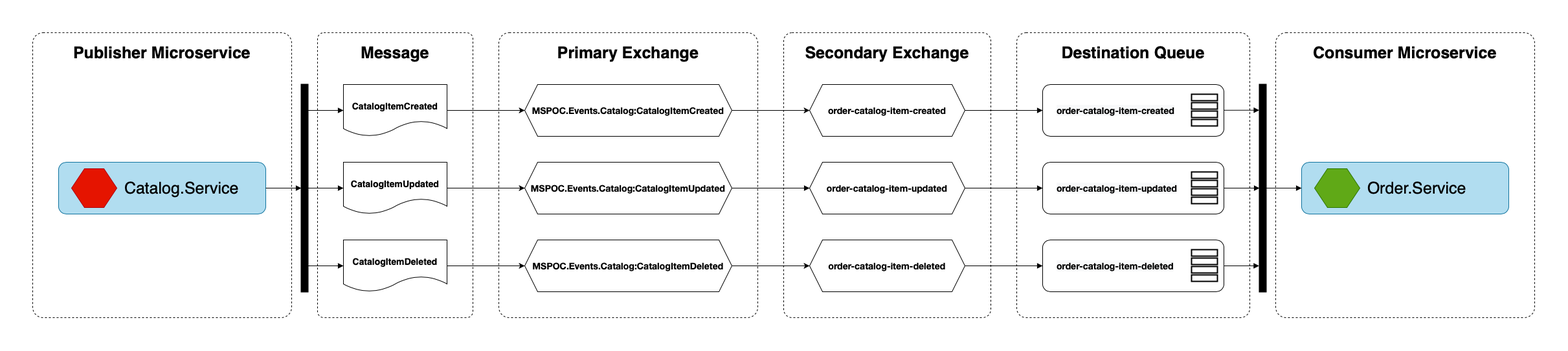
geovanegodoi/MicroServicesPOC keeps this draw.io diagram as images/catalog-events-diagram.png. Above is the earlier version. Source tidied: cells renumbered, new cells last; positions are measured from the earlier drawing's top-left corner, leaving out a move shared by most shapes.
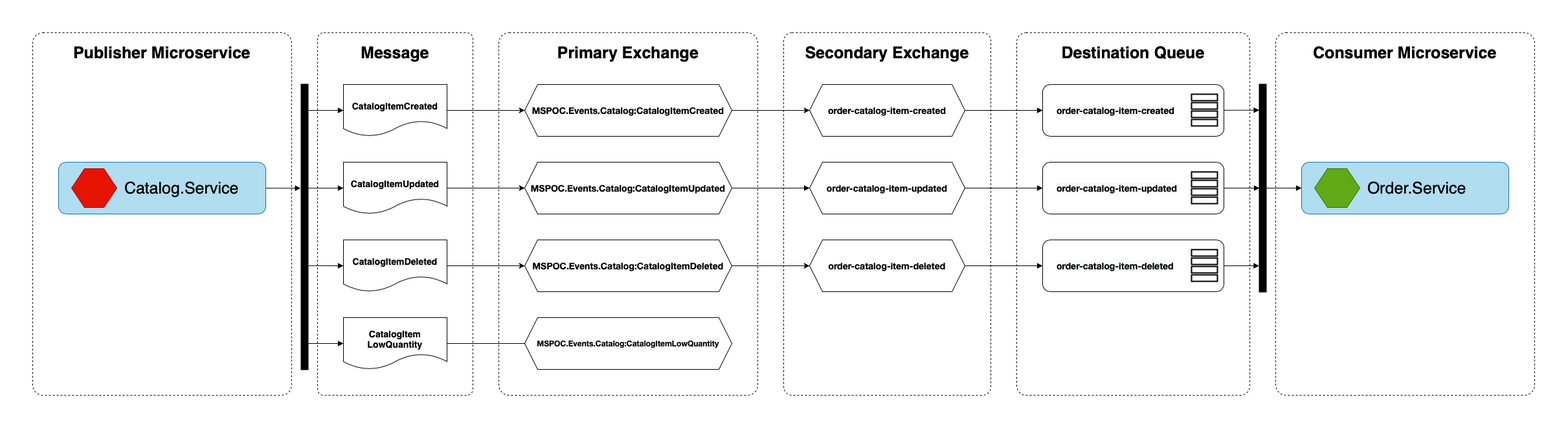
After the change.

Diff of the diagram source:
```diff
@@ -3,22 +3,22 @@
     <mxCell id="0" />
     <mxCell id="1" parent="0" />
     <mxCell id="2" value="Publisher Microservice" style="rounded=1;whiteSpace=wrap;html=1;fontSize=25;strokeWidth=1;dashed=1;verticalAlign=top;spacingTop=10;arcSize=4;fillColor=none;fontStyle=1;" parent="1" vertex="1">
-      <mxGeometry width="400" height="440" as="geometry" />
+      <mxGeometry width="400" height="560" as="geometry" />
     </mxCell>
     <mxCell id="3" value="Consumer Microservice" style="rounded=1;whiteSpace=wrap;html=1;fontSize=25;strokeWidth=1;dashed=1;verticalAlign=top;spacingTop=10;arcSize=4;fillColor=none;fontStyle=1;" parent="1" vertex="1">
-      <mxGeometry x="1920" width="400" height="440" as="geometry" />
+      <mxGeometry x="1920" width="400" height="560" as="geometry" />
     </mxCell>
     <mxCell id="4" value="Message" style="rounded=1;whiteSpace=wrap;html=1;fontSize=25;strokeWidth=1;dashed=1;verticalAlign=top;spacingTop=10;arcSize=4;fillColor=none;fontStyle=1;" parent="1" vertex="1">
-      <mxGeometry x="440" width="240" height="440" as="geometry" />
+      <mxGeometry x="440" width="240" height="560" as="geometry" />
     </mxCell>
     <mxCell id="5" value="Secondary Exchange" style="rounded=1;whiteSpace=wrap;html=1;fontSize=25;strokeWidth=1;dashed=1;verticalAlign=top;spacingTop=10;arcSize=4;fillColor=none;fontStyle=1;" parent="1" vertex="1">
-      <mxGeometry x="1160" width="320" height="440" as="geometry" />
+      <mxGeometry x="1160" width="320" height="560" as="geometry" />
     </mxCell>
     <mxCell id="6" value="Primary Exchange" style="rounded=1;whiteSpace=wrap;html=1;fontSize=25;strokeWidth=1;dashed=1;verticalAlign=top;spacingTop=10;arcSize=4;fillColor=none;fontStyle=1;" parent="1" vertex="1">
-      <mxGeometry x="720" width="400" height="440" as="geometry" />
+      <mxGeometry x="720" width="400" height="560" as="geometry" />
     </mxCell>
     <mxCell id="7" value="Destination Queue" style="rounded=1;whiteSpace=wrap;html=1;fontSize=25;strokeWidth=1;dashed=1;verticalAlign=top;spacingTop=10;arcSize=4;fillColor=none;fontStyle=1;" parent="1" vertex="1">
-      <mxGeometry x="1520" width="360" height="440" as="geometry" />
+      <mxGeometry x="1520" width="360" height="560" as="geometry" />
     </mxCell>
     <mxCell id="8" value="CatalogItemCreated" style="shape=document;whiteSpace=wrap;html=1;boundedLbl=1;spacingTop=10;fontSize=14;fontStyle=1;" parent="1" vertex="1">
       <mxGeometry x="480" y="80" width="160" height="80" as="geometry" />
@@ -155,19 +155,22 @@
     <mxCell id="52" style="shape=hexagon;perimeter=hexagonPerimeter2;whiteSpace=wrap;html=1;fixedSize=1;labelBackgroundColor=none;fontSize=20;fontColor=#ffffff;fillColor=#60a917;strokeColor=#2D7600;" parent="50" vertex="1">
       <mxGeometry x="20" y="10" width="70" height="60" as="geometry" />
     </mxCell>
-    <mxCell id="53" style="rounded=0;jettySize=auto;html=1;exitX=0.5;exitY=0.875;exitDx=0;exitDy=0;entryX=0;entryY=0.5;entryDx=0;entryDy=0;fontSize=14;endArrow=block;endFill=1;exitPerimeter=0;" parent="1" edge="1" source="56" target="10">
+    <mxCell id="53" style="rounded=0;jettySize=auto;html=1;exitX=0.5;exitY=0.636;exitDx=0;exitDy=0;entryX=0;entryY=0.5;entryDx=0;entryDy=0;fontSize=14;endArrow=block;endFill=1;exitPerimeter=0;" parent="1" edge="1" source="56" target="10">
       <mxGeometry relative="1" as="geometry" />
     </mxCell>
-    <mxCell id="54" style="edgeStyle=none;rounded=0;jettySize=auto;html=1;exitX=0.5;exitY=0.125;exitDx=0;exitDy=0;entryX=0;entryY=0.5;entryDx=0;entryDy=0;fontSize=14;endArrow=block;endFill=1;exitPerimeter=0;" parent="1" edge="1" source="56" target="8">
+    <mxCell id="54" style="edgeStyle=none;rounded=0;jettySize=auto;html=1;exitX=0.5;exitY=0.091;exitDx=0;exitDy=0;entryX=0;entryY=0.5;entryDx=0;entryDy=0;fontSize=14;endArrow=block;endFill=1;exitPerimeter=0;" parent="1" edge="1" source="56" target="8">
       <mxGeometry relative="1" as="geometry" />
     </mxCell>
-    <mxCell id="55" style="edgeStyle=none;rounded=0;jettySize=auto;html=1;entryX=0;entryY=0.5;entryDx=0;entryDy=0;fontSize=14;endArrow=block;endFill=1;" parent="1" edge="1" source="56" target="9">
+    <mxCell id="55" style="edgeStyle=none;rounded=0;jettySize=auto;html=1;entryX=0;entryY=0.5;entryDx=0;entryDy=0;fontSize=14;endArrow=block;endFill=1;exitX=0.5;exitY=0.364;exitDx=0;exitDy=0;exitPerimeter=0;" parent="1" edge="1" source="56" target="9">
       <mxGeometry relative="1" as="geometry" />
     </mxCell>
+    <mxCell id="63" style="rounded=0;jettySize=auto;html=1;entryX=0;entryY=0.5;entryDx=0;entryDy=0;fontSize=12;endArrow=block;endFill=1;exitX=0.5;exitY=0.909;exitDx=0;exitDy=0;exitPerimeter=0;" parent="1" edge="1" source="56" target="65">
+      <mxGeometry relative="1" as="geometry" />
+    </mxCell>
     <mxCell id="56" style="rounded=0;whiteSpace=wrap;html=1;fontSize=14;strokeWidth=2;fillColor=#000000;" parent="1" vertex="1">
-      <mxGeometry x="415" y="80" width="10" height="320" as="geometry" />
+      <mxGeometry x="415" y="80" width="10" height="440" as="geometry" />
     </mxCell>
-    <mxCell id="57" style="edgeStyle=none;rounded=0;jettySize=auto;html=1;entryX=0;entryY=0.5;entryDx=0;entryDy=0;fontSize=14;endArrow=block;endFill=1;" parent="1" edge="1" source="48" target="56">
+    <mxCell id="57" style="edgeStyle=none;rounded=0;jettySize=auto;html=1;entryX=-0.133;entryY=0.364;entryDx=0;entryDy=0;fontSize=14;endArrow=block;endFill=1;entryPerimeter=0;" parent="1" edge="1" source="48" target="56">
       <mxGeometry relative="1" as="geometry" />
     </mxCell>
     <mxCell id="58" style="edgeStyle=none;rounded=0;jettySize=auto;html=1;entryX=0;entryY=0.5;entryDx=0;entryDy=0;fontSize=20;endArrow=block;endFill=1;" parent="1" edge="1" source="59" target="51">
@@ -185,5 +188,14 @@
     <mxCell id="62" style="edgeStyle=none;rounded=0;jettySize=auto;html=1;entryX=-0.058;entryY=0.875;entryDx=0;entryDy=0;entryPerimeter=0;fontSize=20;endArrow=block;endFill=1;" parent="1" edge="1" source="40" target="59">
       <mxGeometry relative="1" as="geometry" />
     </mxCell>
+    <mxCell id="64" style="edgeStyle=orthogonalEdgeStyle;rounded=0;jettySize=auto;html=1;entryX=0;entryY=0.5;entryDx=0;entryDy=0;fontSize=12;endArrow=none;endFill=0;" parent="1" edge="1" source="65" target="66">
+      <mxGeometry relative="1" as="geometry" />
+    </mxCell>
+    <mxCell id="65" value="CatalogItem&lt;br&gt;LowQuantity" style="shape=document;whiteSpace=wrap;html=1;boundedLbl=1;spacingTop=10;fontSize=14;fontStyle=1;" parent="1" vertex="1">
+      <mxGeometry x="480" y="440" width="160" height="80" as="geometry" />
+    </mxCell>
+    <mxCell id="66" value="&lt;p style=&quot;margin: 0px; font-stretch: normal; font-size: 12px; line-height: normal; font-family: &amp;quot;helvetica neue light&amp;quot;;&quot;&gt;MSPOC.Events.Catalog:CatalogItemLowQuantity&lt;/p&gt;" style="shape=hexagon;perimeter=hexagonPerimeter2;whiteSpace=wrap;html=1;fixedSize=1;fontSize=12;fontStyle=1;" parent="1" vertex="1">
+      <mxGeometry x="760" y="440" width="320" height="80" as="geometry" />
+    </mxCell>
   </root>
 </mxGraphModel>
```
